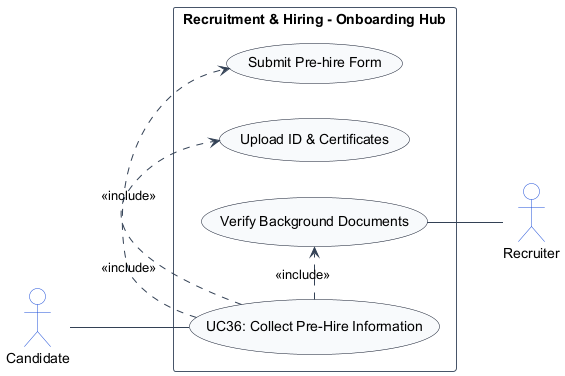
TamBui1706/HRPlatform keeps this PlantUML diagram as usecase_images/module_04_recruitment_hiring/UC36.png. Above is the earlier version.
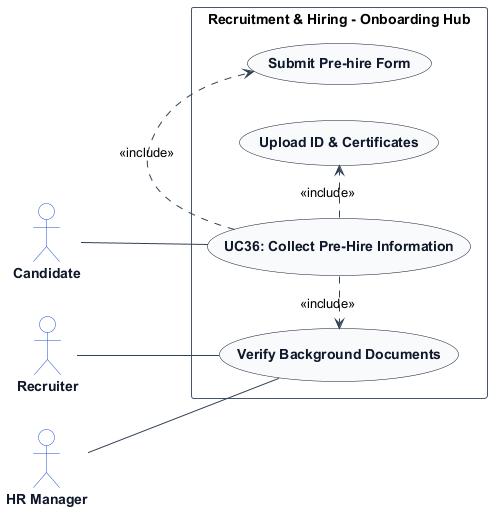
After the commit.

The edit, as a diff of the source:
```diff
@@ -7,13 +7,20 @@
 skinparam ArrowColor #334155
 skinparam ActorBorderColor #1d4ed8
 skinparam ActorBackgroundColor #ffffff
+skinparam ActorFontColor #0f172a
+skinparam ActorFontStyle bold
+
 skinparam UsecaseBorderColor #0f172a
 skinparam UsecaseBackgroundColor #f8fafc
+skinparam UsecaseFontColor #0f172a
+skinparam UsecaseFontStyle bold
+
 skinparam RectangleBorderColor #475569
 skinparam RectangleBackgroundColor #ffffff
 
 actor "Candidate" as Candidate
 actor "Recruiter" as Recruiter
+actor "HR Manager" as HRManager
 
 rectangle "Recruitment & Hiring - Onboarding Hub" {
     usecase "UC36: Collect Pre-Hire Information" as UC_Main
@@ -22,9 +29,10 @@
     usecase "Verify Background Documents" as UC_VerifyDocs
 
     Candidate -- UC_Main
+    Recruiter -- UC_VerifyDocs
+    HRManager -- UC_VerifyDocs
     UC_Main .> UC_FormFill : <<include>>
     UC_Main .> UC_UploadScans : <<include>>
     UC_Main .> UC_VerifyDocs : <<include>>
-    UC_VerifyDocs -- Recruiter
 }
 @enduml
```
